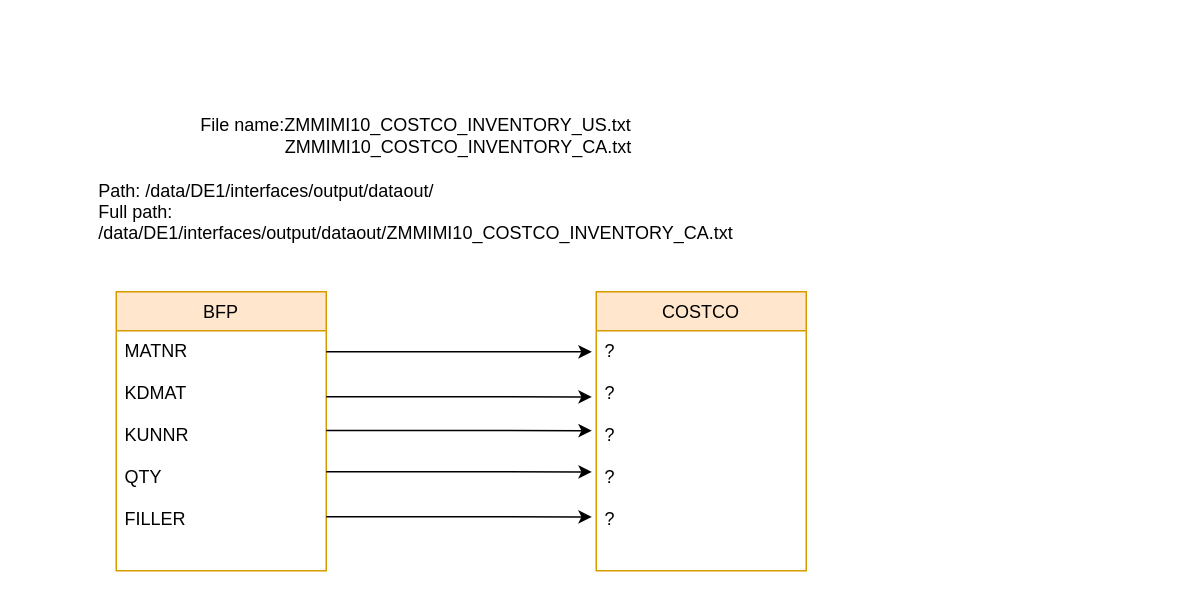
The draw.io diagram Untitled Diagram.drawio in sathish1234567/APCRDA, before the edit. Source tidied: cells renumbered, new cells numbered last; positions are measured from the earlier drawing's top-left corner, leaving out a move shared by most shapes. Both pictures are drawn from the tidied source at 150%, with x=0, y=0 at pixel (26, 111).
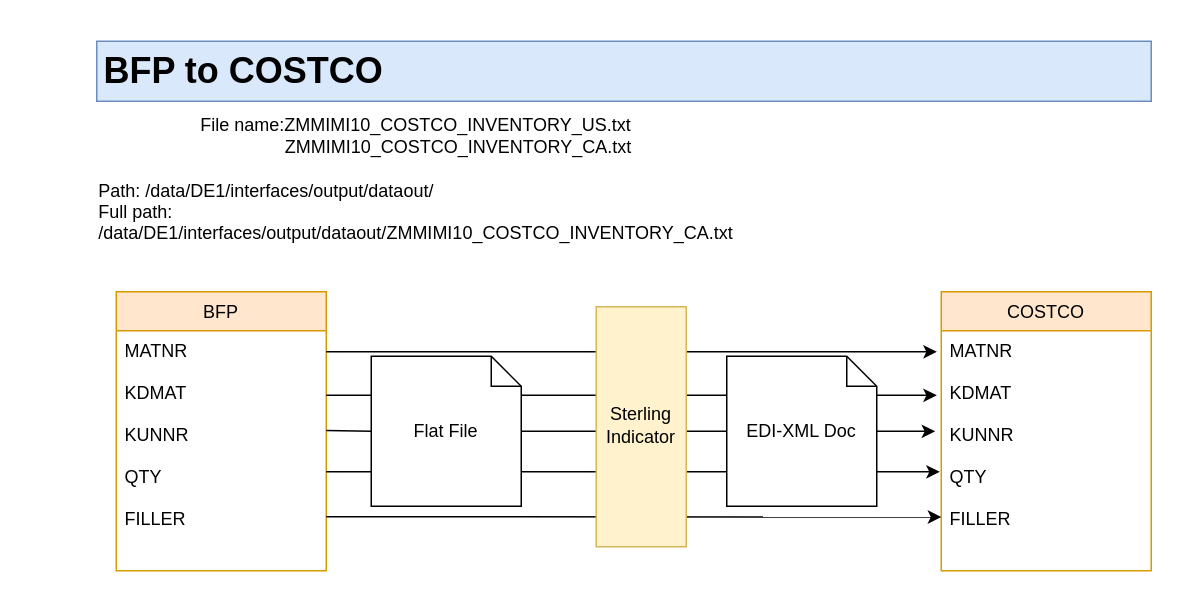
The same page after the edit.

What changed in the source:
```diff
@@
     <mxCell id="5" value="COSTCO" style="swimlane;fontStyle=0;horizontal=1;startSize=26;fillColor=#ffe6cc;strokeColor=#d79b00;" parent="1" vertex="1">
-      <mxGeometry x="380" y="120" width="140" height="186" as="geometry" />
+      <mxGeometry x="610" y="120" width="140" height="186" as="geometry" />
     </mxCell>
-    <mxCell id="6" value="?&#10;&#10;?&#10;&#10;?&#10;&#10;?&#10;&#10;?" style="text;strokeColor=none;fillColor=none;align=left;verticalAlign=top;spacingLeft=4;spacingRight=4;overflow=hidden;points=[[0,0.5],[1,0.5]];portConstraint=eastwest;" parent="5" vertex="1">
+    <mxCell id="6" value="MATNR&#10;&#10;KDMAT&#10;&#10;KUNNR&#10;&#10;QTY&#10;&#10;FILLER&#10;" style="text;strokeColor=none;fillColor=none;align=left;verticalAlign=top;spacingLeft=4;spacingRight=4;overflow=hidden;points=[[0,0.5],[1,0.5]];portConstraint=eastwest;" parent="5" vertex="1">
       <mxGeometry y="26" width="140" height="160" as="geometry" />
     </mxCell>
@@
-    <mxCell id="8" style="endArrow=classic;html=1;rounded=0;entryX=-0.021;entryY=0.088;entryDx=0;entryDy=0;entryPerimeter=0;" parent="1" edge="1">
+    <mxCell id="8" style="endArrow=classic;html=1;rounded=0;entryX=-0.021;entryY=0.269;entryDx=0;entryDy=0;entryPerimeter=0;" parent="1" edge="1" target="6">
       <mxGeometry relative="1" as="geometry">
-        <mxPoint x="200" y="190" as="sourcePoint" />
-        <mxPoint x="377.1" y="190.1" as="targetPoint" />
+        <mxPoint x="200" y="189" as="sourcePoint" />
       </mxGeometry>
     </mxCell>
-    <mxCell id="9" style="endArrow=classic;html=1;rounded=0;entryX=-0.021;entryY=0.088;entryDx=0;entryDy=0;entryPerimeter=0;" parent="1" edge="1">
-      <mxGeometry relative="1" as="geometry">
-        <mxPoint x="200" y="212.5" as="sourcePoint" />
-        <mxPoint x="377.1" y="212.6" as="targetPoint" />
-      </mxGeometry>
+    <mxCell id="9" style="endArrow=classic;html=1;rounded=0;entryX=-0.029;entryY=0.419;entryDx=0;entryDy=0;entryPerimeter=0;startArrow=none;" parent="1" edge="1" source="12" target="6">
+      <mxGeometry relative="1" as="geometry" />
     </mxCell>
-    <mxCell id="10" style="endArrow=classic;html=1;rounded=0;entryX=-0.021;entryY=0.088;entryDx=0;entryDy=0;entryPerimeter=0;" parent="1" edge="1">
+    <mxCell id="10" style="endArrow=classic;html=1;rounded=0;entryX=-0.007;entryY=0.588;entryDx=0;entryDy=0;entryPerimeter=0;" parent="1" edge="1" target="6">
       <mxGeometry relative="1" as="geometry">
         <mxPoint x="200" y="240" as="sourcePoint" />
-        <mxPoint x="377.1" y="240.1" as="targetPoint" />
       </mxGeometry>
     </mxCell>
-    <mxCell id="11" style="endArrow=classic;html=1;rounded=0;entryX=-0.021;entryY=0.088;entryDx=0;entryDy=0;entryPerimeter=0;" parent="1" edge="1">
+    <mxCell id="11" style="endArrow=classic;html=1;rounded=0;entryX=0;entryY=0.776;entryDx=0;entryDy=0;entryPerimeter=0;" parent="1" edge="1" target="6">
       <mxGeometry relative="1" as="geometry">
         <mxPoint x="200" y="270" as="sourcePoint" />
-        <mxPoint x="377.1" y="270.1" as="targetPoint" />
       </mxGeometry>
     </mxCell>
+    <mxCell id="12" value="Flat File" style="shape=note;size=20;whiteSpace=wrap;html=1;" parent="1" vertex="1">
+      <mxGeometry x="230" y="163" width="100" height="100" as="geometry" />
+    </mxCell>
+    <mxCell id="13" style="endArrow=none;html=1;rounded=0;entryX=0;entryY=0.5;entryDx=0;entryDy=0;entryPerimeter=0;" parent="1" edge="1" target="12">
+      <mxGeometry relative="1" as="geometry">
+        <mxPoint x="200" y="212.5" as="sourcePoint" />
+      </mxGeometry>
+    </mxCell>
+    <mxCell id="14" style="html=1;perimeter=orthogonalPerimeter;fillColor=#fff2cc;strokeColor=#d6b656;" parent="1" vertex="1">
+      <mxGeometry x="380" y="130" width="60" height="160" as="geometry" />
+    </mxCell>
+    <mxCell id="15" value="Sterling&lt;br&gt;Indicator" style="text;html=1;strokeColor=none;fillColor=none;align=center;verticalAlign=middle;whiteSpace=wrap;rounded=0;" parent="1" vertex="1">
+      <mxGeometry x="380" y="194" width="60" height="30" as="geometry" />
+    </mxCell>
+    <mxCell id="16" value="EDI-XML Doc" style="shape=note;size=20;whiteSpace=wrap;html=1;" parent="1" vertex="1">
+      <mxGeometry x="467" y="163" width="100" height="100" as="geometry" />
+    </mxCell>
+    <mxCell id="17" value="&lt;h1&gt;BFP to COSTCO&lt;/h1&gt;" style="text;html=1;strokeColor=#6c8ebf;fillColor=#dae8fc;spacing=5;spacingTop=-20;whiteSpace=wrap;overflow=hidden;rounded=0;" parent="1" vertex="1">
+      <mxGeometry x="47" y="-47" width="703" height="40" as="geometry" />
+    </mxCell>
```
